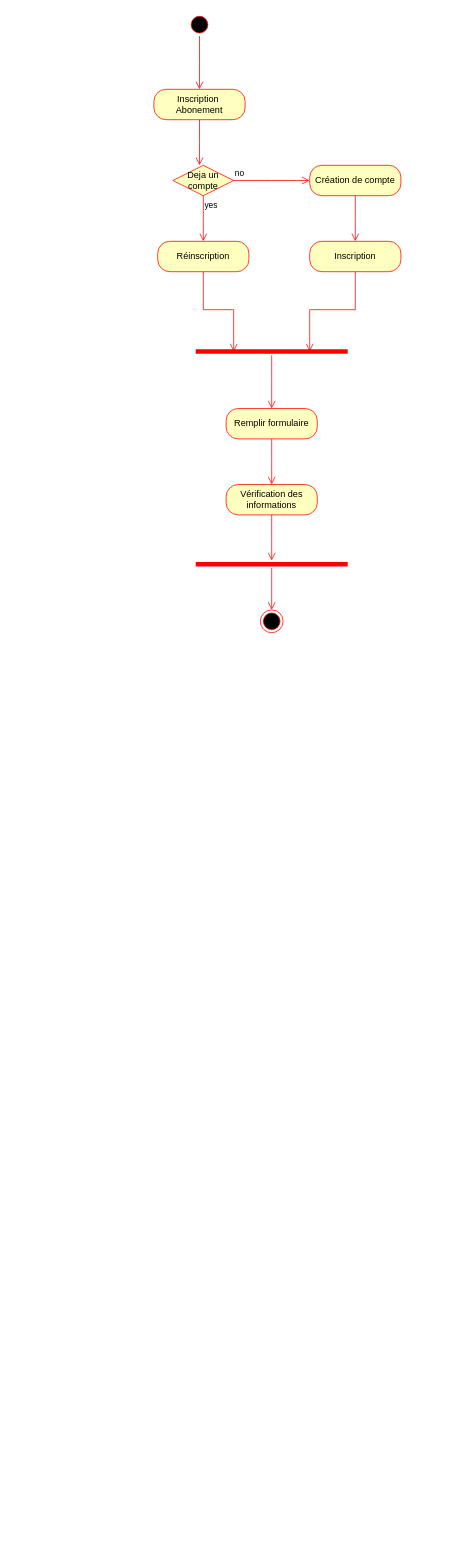
The draw.io diagram Diagramme sans nom.drawio in Caporal6/Dump_Genie, before the edit. Source tidied: cells renumbered, new cells numbered last; positions are measured from the earlier drawing's top-left corner, leaving out a move shared by most shapes. Both pictures are drawn from the tidied source at 76%, with x=0, y=0 at pixel (154, 13).
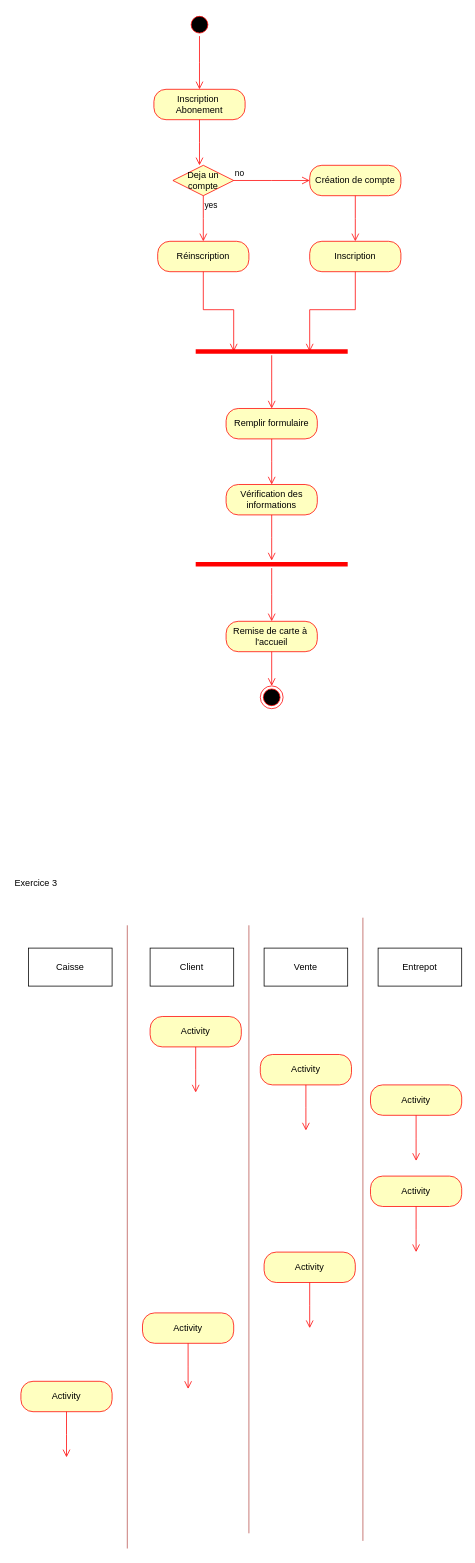
Above is the later version.

Commit message:
Mettre à jour Diagramme sans nom.drawio

The change refers to these unchanged cells:
```xml
<mxCell id="21" style="shape=line;html=1;strokeWidth=6;strokeColor=#ff0000;" parent="1" vertex="1">
  <mxGeometry x="55" y="720" width="200" height="10" as="geometry" />
</mxCell>
```

Change to the diagram source:
```diff
@@
-    <mxCell id="22" style="edgeStyle=orthogonalEdgeStyle;html=1;verticalAlign=bottom;endArrow=open;endSize=8;strokeColor=#ff0000;rounded=0;" parent="1" edge="1" source="21" target="23">
-      <mxGeometry relative="1" as="geometry" />
+    <mxCell id="22" style="edgeStyle=orthogonalEdgeStyle;html=1;verticalAlign=bottom;endArrow=open;endSize=8;strokeColor=#ff0000;rounded=0;" parent="1" edge="1" source="21">
+      <mxGeometry relative="1" as="geometry">
+        <mxPoint x="155" y="800" as="targetPoint" />
+      </mxGeometry>
     </mxCell>
-    <mxCell id="23" style="ellipse;html=1;shape=endState;fillColor=#000000;strokeColor=#ff0000;" parent="1" vertex="1">
-      <mxGeometry x="140" y="785" width="30" height="30" as="geometry" />
-    </mxCell>
+    <mxCell id="24" value="Remise de carte à&amp;nbsp;&lt;br&gt;l'accueil" style="rounded=1;whiteSpace=wrap;html=1;arcSize=40;fontColor=#000000;fillColor=#ffffc0;strokeColor=#ff0000;" parent="1" vertex="1">
+      <mxGeometry x="95" y="800" width="120" height="40" as="geometry" />
+    </mxCell>
+    <mxCell id="25" style="edgeStyle=orthogonalEdgeStyle;html=1;verticalAlign=bottom;endArrow=open;endSize=8;strokeColor=#ff0000;rounded=0;" parent="1" edge="1" source="24" target="26">
+      <mxGeometry relative="1" as="geometry" />
+    </mxCell>
+    <mxCell id="26" style="ellipse;html=1;shape=endState;fillColor=#000000;strokeColor=#ff0000;" parent="1" vertex="1">
+      <mxGeometry x="140" y="885" width="30" height="30" as="geometry" />
+    </mxCell>
+    <mxCell id="27" value="Exercice 3" style="text;html=1;align=center;verticalAlign=middle;whiteSpace=wrap;rounded=0;" parent="1" vertex="1">
+      <mxGeometry x="-185" y="1130" width="60" height="30" as="geometry" />
+    </mxCell>
+    <mxCell id="28" value="Caisse" style="html=1;whiteSpace=wrap;" parent="1" vertex="1">
+      <mxGeometry x="-165" y="1230" width="110" height="50" as="geometry" />
+    </mxCell>
+    <mxCell id="29" value="Client" style="html=1;whiteSpace=wrap;" parent="1" vertex="1">
+      <mxGeometry x="-5" y="1230" width="110" height="50" as="geometry" />
+    </mxCell>
+    <mxCell id="30" value="Vente" style="html=1;whiteSpace=wrap;" parent="1" vertex="1">
+      <mxGeometry x="145" y="1230" width="110" height="50" as="geometry" />
+    </mxCell>
+    <mxCell id="31" value="Entrepot" style="html=1;whiteSpace=wrap;" parent="1" vertex="1">
+      <mxGeometry x="295" y="1230" width="110" height="50" as="geometry" />
+    </mxCell>
+    <mxCell id="32" style="endArrow=none;html=1;rounded=0;fillColor=#f8cecc;strokeColor=#b85450;arcSize=0;" parent="1" edge="1">
+      <mxGeometry relative="1" as="geometry">
+        <mxPoint x="-35" y="2020" as="sourcePoint" />
+        <mxPoint x="-35" y="1200" as="targetPoint" />
+      </mxGeometry>
+    </mxCell>
+    <mxCell id="33" style="endArrow=none;html=1;rounded=0;fillColor=#f8cecc;strokeColor=#b85450;arcSize=0;" parent="1" edge="1">
+      <mxGeometry relative="1" as="geometry">
+        <mxPoint x="125" y="2000" as="sourcePoint" />
+        <mxPoint x="125" y="1200" as="targetPoint" />
+      </mxGeometry>
+    </mxCell>
+    <mxCell id="34" style="endArrow=none;html=1;rounded=0;fillColor=#f8cecc;strokeColor=#b85450;arcSize=0;" parent="1" edge="1">
+      <mxGeometry relative="1" as="geometry">
+        <mxPoint x="275" y="2010" as="sourcePoint" />
+        <mxPoint x="275" y="1190" as="targetPoint" />
+      </mxGeometry>
+    </mxCell>
+    <mxCell id="35" value="Activity" style="rounded=1;whiteSpace=wrap;html=1;arcSize=40;fontColor=#000000;fillColor=#ffffc0;strokeColor=#ff0000;" parent="1" vertex="1">
+      <mxGeometry x="-5" y="1320" width="120" height="40" as="geometry" />
+    </mxCell>
+    <mxCell id="36" style="edgeStyle=orthogonalEdgeStyle;html=1;verticalAlign=bottom;endArrow=open;endSize=8;strokeColor=#ff0000;rounded=0;" parent="1" edge="1" source="35">
+      <mxGeometry relative="1" as="geometry">
+        <mxPoint x="55" y="1420" as="targetPoint" />
+      </mxGeometry>
+    </mxCell>
+    <mxCell id="37" value="Activity" style="rounded=1;whiteSpace=wrap;html=1;arcSize=40;fontColor=#000000;fillColor=#ffffc0;strokeColor=#ff0000;" parent="1" vertex="1">
+      <mxGeometry x="140" y="1370" width="120" height="40" as="geometry" />
+    </mxCell>
+    <mxCell id="38" style="edgeStyle=orthogonalEdgeStyle;html=1;verticalAlign=bottom;endArrow=open;endSize=8;strokeColor=#ff0000;rounded=0;" parent="1" edge="1" source="37">
+      <mxGeometry relative="1" as="geometry">
+        <mxPoint x="200" y="1470" as="targetPoint" />
+      </mxGeometry>
+    </mxCell>
+    <mxCell id="39" value="Activity" style="rounded=1;whiteSpace=wrap;html=1;arcSize=40;fontColor=#000000;fillColor=#ffffc0;strokeColor=#ff0000;" parent="1" vertex="1">
+      <mxGeometry x="285" y="1410" width="120" height="40" as="geometry" />
+    </mxCell>
+    <mxCell id="40" style="edgeStyle=orthogonalEdgeStyle;html=1;verticalAlign=bottom;endArrow=open;endSize=8;strokeColor=#ff0000;rounded=0;" parent="1" edge="1" source="39">
+      <mxGeometry relative="1" as="geometry">
+        <mxPoint x="345" y="1510" as="targetPoint" />
+      </mxGeometry>
+    </mxCell>
+    <mxCell id="41" value="Activity" style="rounded=1;whiteSpace=wrap;html=1;arcSize=40;fontColor=#000000;fillColor=#ffffc0;strokeColor=#ff0000;" parent="1" vertex="1">
+      <mxGeometry x="285" y="1530" width="120" height="40" as="geometry" />
+    </mxCell>
+    <mxCell id="42" style="edgeStyle=orthogonalEdgeStyle;html=1;verticalAlign=bottom;endArrow=open;endSize=8;strokeColor=#ff0000;rounded=0;" parent="1" edge="1" source="41">
+      <mxGeometry relative="1" as="geometry">
+        <mxPoint x="345" y="1630" as="targetPoint" />
+      </mxGeometry>
+    </mxCell>
+    <mxCell id="43" value="Activity" style="rounded=1;whiteSpace=wrap;html=1;arcSize=40;fontColor=#000000;fillColor=#ffffc0;strokeColor=#ff0000;" parent="1" vertex="1">
+      <mxGeometry x="145" y="1630" width="120" height="40" as="geometry" />
+    </mxCell>
+    <mxCell id="44" style="edgeStyle=orthogonalEdgeStyle;html=1;verticalAlign=bottom;endArrow=open;endSize=8;strokeColor=#ff0000;rounded=0;" parent="1" edge="1" source="43">
+      <mxGeometry relative="1" as="geometry">
+        <mxPoint x="205" y="1730" as="targetPoint" />
+      </mxGeometry>
+    </mxCell>
+    <mxCell id="45" value="Activity" style="rounded=1;whiteSpace=wrap;html=1;arcSize=40;fontColor=#000000;fillColor=#ffffc0;strokeColor=#ff0000;" parent="1" vertex="1">
+      <mxGeometry x="-15" y="1710" width="120" height="40" as="geometry" />
+    </mxCell>
+    <mxCell id="46" style="edgeStyle=orthogonalEdgeStyle;html=1;verticalAlign=bottom;endArrow=open;endSize=8;strokeColor=#ff0000;rounded=0;" parent="1" edge="1" source="45">
+      <mxGeometry relative="1" as="geometry">
+        <mxPoint x="45" y="1810" as="targetPoint" />
+      </mxGeometry>
+    </mxCell>
+    <mxCell id="47" value="Activity" style="rounded=1;whiteSpace=wrap;html=1;arcSize=40;fontColor=#000000;fillColor=#ffffc0;strokeColor=#ff0000;" parent="1" vertex="1">
+      <mxGeometry x="-175" y="1800" width="120" height="40" as="geometry" />
+    </mxCell>
+    <mxCell id="48" style="edgeStyle=orthogonalEdgeStyle;html=1;verticalAlign=bottom;endArrow=open;endSize=8;strokeColor=#ff0000;rounded=0;" parent="1" edge="1" source="47">
+      <mxGeometry relative="1" as="geometry">
+        <mxPoint x="-115" y="1900" as="targetPoint" />
+      </mxGeometry>
+    </mxCell>
```
